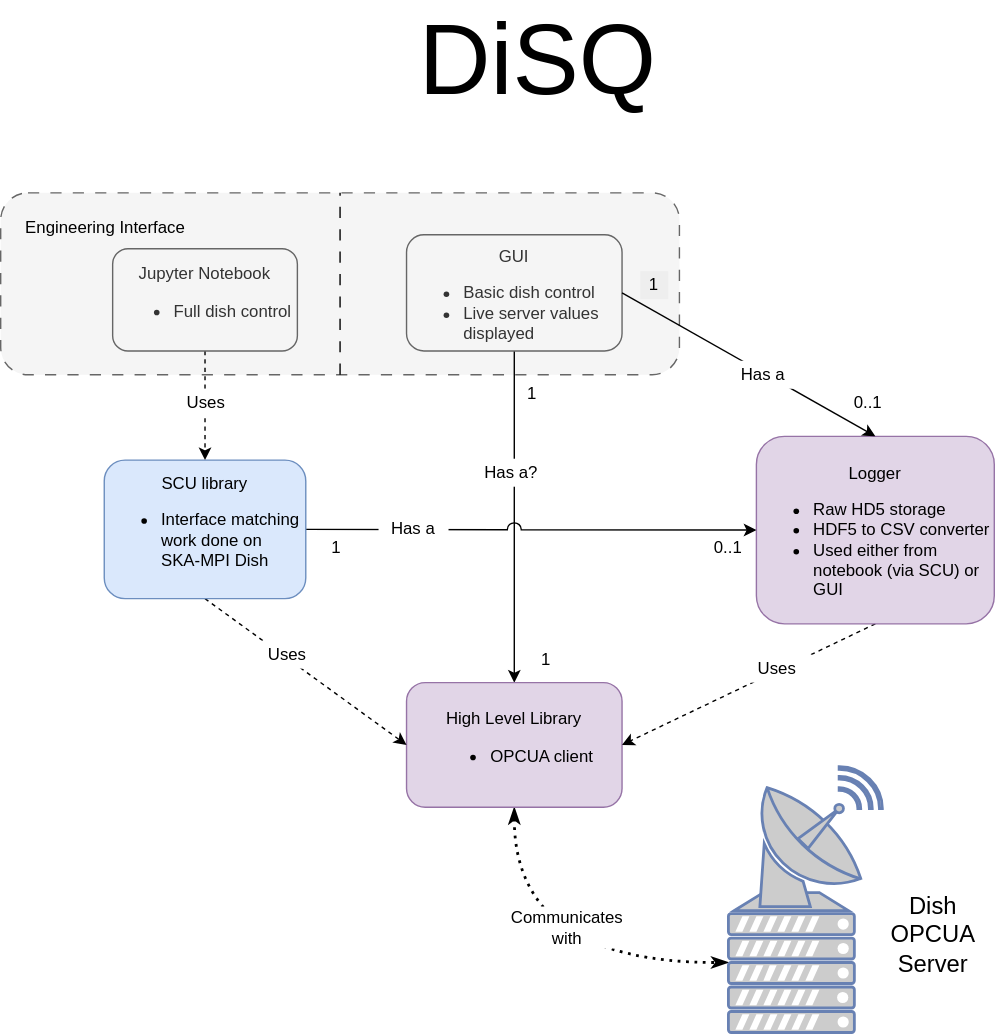
This is docs/src/img/DiSQ_component_view.svg from ska-telescope/ska-mid-dish-qualification, a draw.io export, as it was before one commit. Source tidied: cells renumbered, new cells last; positions are measured from the earlier drawing's top-left corner, leaving out a move shared by most shapes.
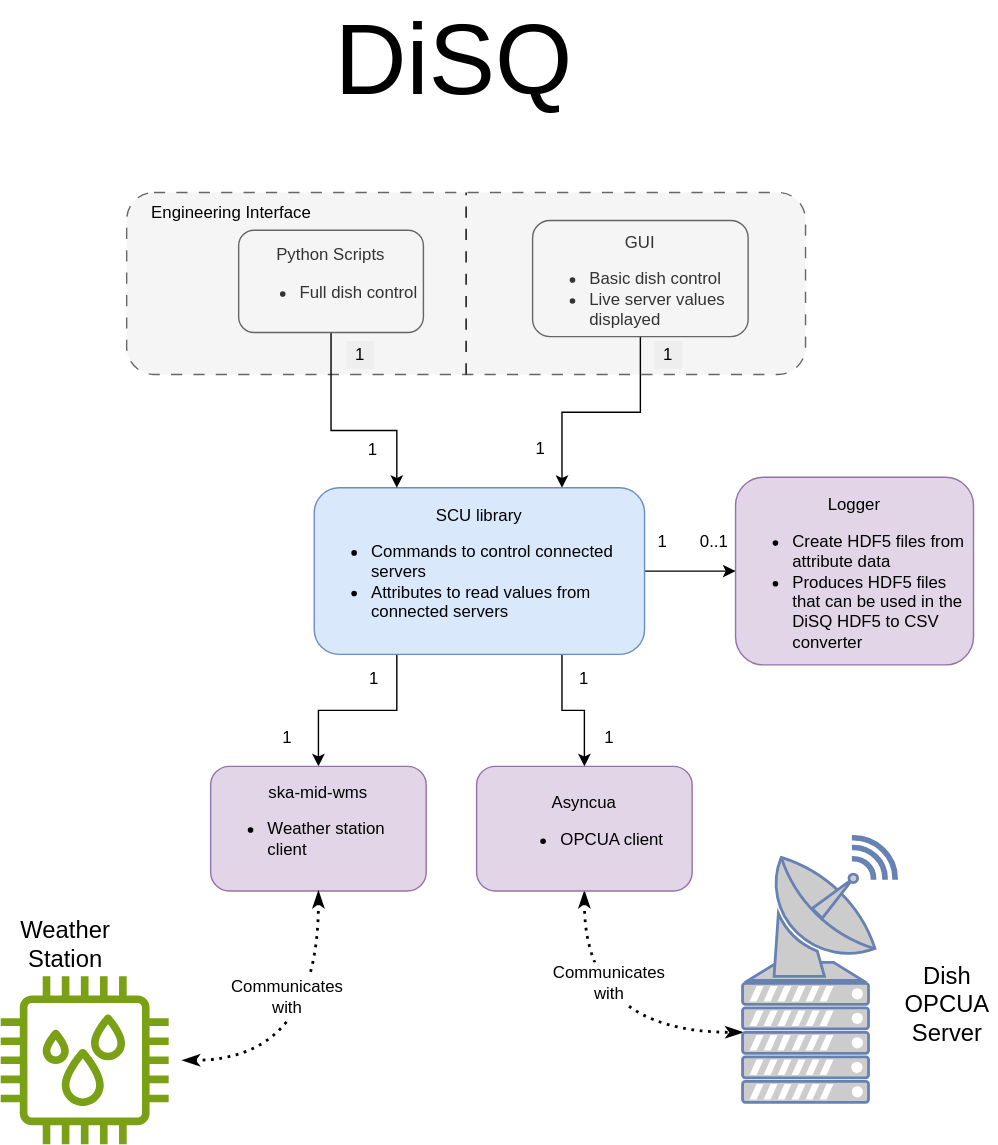
After the commit.

The edit, as a diff of the source:
```diff
@@ -3,13 +3,13 @@
     <mxCell id="0" />
     <mxCell id="1" parent="0" />
     <mxCell id="2" style="rounded=1;whiteSpace=wrap;html=1;fillColor=#f5f5f5;dashed=1;dashPattern=8 8;strokeColor=#666666;fontColor=#333333;" parent="1" vertex="1">
-      <mxGeometry y="130" width="485" height="130" as="geometry" />
+      <mxGeometry x="150" y="130" width="485" height="130" as="geometry" />
     </mxCell>
-    <mxCell id="3" style="edgeStyle=orthogonalEdgeStyle;rounded=0;jettySize=auto;html=1;exitX=0.5;exitY=1;exitDx=0;exitDy=0;entryX=0.5;entryY=0;entryDx=0;entryDy=0;endArrow=classic;endFill=1;" parent="1" edge="1" source="4" target="7">
-      <mxGeometry relative="1" as="geometry" />
-    </mxCell>
+    <mxCell id="34" style="edgeStyle=orthogonalEdgeStyle;rounded=0;jettySize=auto;html=1;exitX=0.5;exitY=1;exitDx=0;exitDy=0;entryX=0.75;entryY=0;entryDx=0;entryDy=0;" parent="1" edge="1" source="4" target="12">
+      <mxGeometry relative="1" as="geometry" />
+    </mxCell>
     <mxCell id="4" value="&lt;br&gt;GUI&lt;br&gt;&lt;ul&gt;&lt;li style=&quot;text-align: left;&quot;&gt;Basic dish control&lt;/li&gt;&lt;li style=&quot;text-align: left;&quot;&gt;Live server values displayed&lt;/li&gt;&lt;/ul&gt;" style="rounded=1;whiteSpace=wrap;html=1;fillColor=#f5f5f5;fontColor=#333333;strokeColor=#666666;" parent="1" vertex="1">
-      <mxGeometry x="290" y="160" width="154" height="83" as="geometry" />
+      <mxGeometry x="440" y="150" width="154" height="83" as="geometry" />
     </mxCell>
     <mxCell id="5" value="DiSQ" style="text;html=1;strokeColor=none;fillColor=none;align=center;verticalAlign=middle;whiteSpace=wrap;rounded=0;fontSize=71;" parent="1" vertex="1">
       <mxGeometry x="299" width="170" height="70" as="geometry" />
@@ -17,86 +17,102 @@
     <mxCell id="6" style="edgeStyle=orthogonalEdgeStyle;rounded=0;jettySize=auto;html=1;exitX=0.5;exitY=1;exitDx=0;exitDy=0;entryX=0;entryY=0.5;entryDx=0;entryDy=0;entryPerimeter=0;curved=1;dashed=1;dashPattern=1 2;strokeWidth=2;startArrow=classicThin;startFill=1;endArrow=classicThin;endFill=1;" parent="1" edge="1" source="7" target="22">
       <mxGeometry relative="1" as="geometry" />
     </mxCell>
-    <mxCell id="7" value="High Level Library&lt;br&gt;&lt;ul&gt;&lt;li style=&quot;text-align: left;&quot;&gt;OPCUA client&lt;/li&gt;&lt;/ul&gt;" style="rounded=1;whiteSpace=wrap;html=1;fillColor=#e1d5e7;strokeColor=#9673a6;align=center;" parent="1" vertex="1">
-      <mxGeometry x="290" y="480" width="154" height="89" as="geometry" />
+    <mxCell id="7" value="Asyncua&lt;br&gt;&lt;ul&gt;&lt;li style=&quot;text-align: left;&quot;&gt;OPCUA client&lt;/li&gt;&lt;/ul&gt;" style="rounded=1;whiteSpace=wrap;html=1;fillColor=#e1d5e7;strokeColor=#9673a6;align=center;" parent="1" vertex="1">
+      <mxGeometry x="400" y="540" width="154" height="89" as="geometry" />
     </mxCell>
-    <mxCell id="8" style="rounded=0;jettySize=auto;html=1;exitX=0.5;exitY=1;exitDx=0;exitDy=0;entryX=1;entryY=0.5;entryDx=0;entryDy=0;dashed=1;" parent="1" edge="1" source="9" target="7">
-      <mxGeometry relative="1" as="geometry" />
-    </mxCell>
-    <mxCell id="9" value="&lt;br&gt;Logger&lt;br&gt;&lt;ul&gt;&lt;li style=&quot;text-align: left;&quot;&gt;Raw HD5 storage&lt;/li&gt;&lt;li style=&quot;text-align: left;&quot;&gt;HDF5 to CSV converter&lt;/li&gt;&lt;li style=&quot;text-align: left;&quot;&gt;Used either from notebook (via SCU) or GUI&lt;/li&gt;&lt;/ul&gt;&lt;div style=&quot;text-align: left;&quot;&gt;&lt;/div&gt;" style="rounded=1;whiteSpace=wrap;html=1;fillColor=#e1d5e7;strokeColor=#9673a6;" parent="1" vertex="1">
-      <mxGeometry x="540" y="304" width="170" height="134" as="geometry" />
+    <mxCell id="9" value="&lt;br&gt;Logger&lt;br&gt;&lt;ul&gt;&lt;li style=&quot;text-align: left;&quot;&gt;Create HDF5 files from attribute data&lt;/li&gt;&lt;li style=&quot;text-align: left;&quot;&gt;Produces HDF5 files that can be used in the DiSQ HDF5 to CSV converter&lt;/li&gt;&lt;/ul&gt;&lt;div style=&quot;text-align: left;&quot;&gt;&lt;/div&gt;" style="rounded=1;whiteSpace=wrap;html=1;fillColor=#e1d5e7;strokeColor=#9673a6;" parent="1" vertex="1">
+      <mxGeometry x="585" y="333.5" width="170" height="134" as="geometry" />
     </mxCell>
     <mxCell id="10" style="edgeStyle=orthogonalEdgeStyle;rounded=0;jettySize=auto;html=1;exitX=1;exitY=0.5;exitDx=0;exitDy=0;entryX=0;entryY=0.5;entryDx=0;entryDy=0;jumpStyle=arc;endArrow=classic;endFill=1;jumpSize=10;" parent="1" edge="1" source="12" target="9">
       <mxGeometry relative="1" as="geometry" />
     </mxCell>
-    <mxCell id="11" style="rounded=0;jettySize=auto;html=1;exitX=0.5;exitY=1;exitDx=0;exitDy=0;entryX=0;entryY=0.5;entryDx=0;entryDy=0;dashed=1;" parent="1" edge="1" source="12" target="7">
+    <mxCell id="11" style="edgeStyle=orthogonalEdgeStyle;rounded=0;jettySize=auto;html=1;exitX=0.75;exitY=1;exitDx=0;exitDy=0;entryX=0.5;entryY=0;entryDx=0;entryDy=0;" parent="1" edge="1" source="12" target="7">
       <mxGeometry relative="1" as="geometry" />
     </mxCell>
+    <mxCell id="35" style="edgeStyle=orthogonalEdgeStyle;rounded=0;jettySize=auto;html=1;exitX=0.25;exitY=1;exitDx=0;exitDy=0;entryX=0.5;entryY=0;entryDx=0;entryDy=0;" parent="1" edge="1" source="12" target="40">
+      <mxGeometry relative="1" as="geometry" />
+    </mxCell>
-    <mxCell id="12" value="SCU library&lt;br&gt;&lt;ul&gt;&lt;li style=&quot;text-align: left;&quot;&gt;Interface matching work done on SKA-MPI Dish&lt;/li&gt;&lt;/ul&gt;" style="rounded=1;whiteSpace=wrap;html=1;fillColor=#dae8fc;strokeColor=#6c8ebf;" parent="1" vertex="1">
-      <mxGeometry x="74" y="321" width="144" height="99" as="geometry" />
+    <mxCell id="12" value="SCU library&lt;br&gt;&lt;ul&gt;&lt;li style=&quot;text-align: left;&quot;&gt;Commands to control connected servers&lt;/li&gt;&lt;li style=&quot;text-align: left;&quot;&gt;Attributes to read values from connected servers&lt;/li&gt;&lt;/ul&gt;" style="rounded=1;whiteSpace=wrap;html=1;fillColor=#dae8fc;strokeColor=#6c8ebf;" parent="1" vertex="1">
+      <mxGeometry x="284" y="341" width="236" height="119" as="geometry" />
     </mxCell>
-    <mxCell id="13" style="edgeStyle=orthogonalEdgeStyle;rounded=0;jettySize=auto;html=1;exitX=0.5;exitY=1;exitDx=0;exitDy=0;entryX=0.5;entryY=0;entryDx=0;entryDy=0;dashed=1;" parent="1" edge="1" source="14" target="12">
-      <mxGeometry relative="1" as="geometry" />
+    <mxCell id="13" style="edgeStyle=orthogonalEdgeStyle;rounded=0;jettySize=auto;html=1;exitX=0.5;exitY=1;exitDx=0;exitDy=0;entryX=0.25;entryY=0;entryDx=0;entryDy=0;" parent="1" edge="1" source="14" target="12">
+      <mxGeometry relative="1" as="geometry">
+        <Array as="points">
+          <mxPoint x="296" y="300" />
+          <mxPoint x="343" y="300" />
+        </Array>
+      </mxGeometry>
     </mxCell>
-    <mxCell id="14" value="Jupyter Notebook&lt;br&gt;&lt;ul&gt;&lt;li style=&quot;text-align: left;&quot;&gt;Full dish control&lt;/li&gt;&lt;/ul&gt;" style="rounded=1;whiteSpace=wrap;html=1;fillColor=#f5f5f5;fontColor=#333333;strokeColor=#666666;" parent="1" vertex="1">
-      <mxGeometry x="80" y="170" width="132" height="73" as="geometry" />
+    <mxCell id="14" value="Python Scripts&lt;br&gt;&lt;ul&gt;&lt;li style=&quot;text-align: left;&quot;&gt;Full dish control&lt;/li&gt;&lt;/ul&gt;" style="rounded=1;whiteSpace=wrap;html=1;fillColor=#f5f5f5;fontColor=#333333;strokeColor=#666666;" parent="1" vertex="1">
+      <mxGeometry x="230" y="157" width="132" height="73" as="geometry" />
     </mxCell>
-    <mxCell id="15" style="endArrow=none;html=1;rounded=0;entryX=1;entryY=0.5;entryDx=0;entryDy=0;exitX=0.5;exitY=0;exitDx=0;exitDy=0;endFill=0;startArrow=classic;startFill=1;" parent="1" edge="1" source="9" target="4">
-      <mxGeometry relative="1" as="geometry" />
-    </mxCell>
     <mxCell id="16" value="Engineering Interface" style="text;html=1;strokeColor=none;fillColor=none;align=center;verticalAlign=middle;whiteSpace=wrap;rounded=0;" parent="1" vertex="1">
-      <mxGeometry x="10" y="140" width="130" height="30" as="geometry" />
+      <mxGeometry x="160" y="130" width="130" height="30" as="geometry" />
     </mxCell>
-    <mxCell id="17" value="Has a" style="text;html=1;strokeColor=none;fillColor=default;align=center;verticalAlign=middle;whiteSpace=wrap;rounded=0;" parent="1" vertex="1">
-      <mxGeometry x="520" y="250" width="50" height="20" as="geometry" />
-    </mxCell>
-    <mxCell id="18" value="Has a?" style="text;html=1;strokeColor=none;fillColor=default;align=center;verticalAlign=middle;whiteSpace=wrap;rounded=0;" parent="1" vertex="1">
-      <mxGeometry x="340" y="320" width="50" height="20" as="geometry" />
-    </mxCell>
-    <mxCell id="19" value="Uses" style="text;html=1;strokeColor=none;fillColor=default;align=center;verticalAlign=middle;whiteSpace=wrap;rounded=0;" parent="1" vertex="1">
-      <mxGeometry x="530" y="460" width="50" height="20" as="geometry" />
-    </mxCell>
-    <mxCell id="20" value="Uses" style="text;html=1;strokeColor=none;fillColor=default;align=center;verticalAlign=middle;whiteSpace=wrap;rounded=0;" parent="1" vertex="1">
-      <mxGeometry x="180" y="450" width="50" height="20" as="geometry" />
-    </mxCell>
-    <mxCell id="21" value="Uses" style="text;html=1;strokeColor=none;fillColor=default;align=center;verticalAlign=middle;whiteSpace=wrap;rounded=0;" parent="1" vertex="1">
-      <mxGeometry x="122" y="270" width="50" height="20" as="geometry" />
-    </mxCell>
     <mxCell id="22" style="fontColor=#0066CC;verticalAlign=top;verticalLabelPosition=bottom;labelPosition=center;align=center;html=1;outlineConnect=0;fillColor=#CCCCCC;strokeColor=#6881B3;gradientColor=none;gradientDirection=north;strokeWidth=2;shape=mxgraph.networks.server;" parent="1" vertex="1">
-      <mxGeometry x="520" y="630" width="90" height="100" as="geometry" />
+      <mxGeometry x="590" y="680" width="90" height="100" as="geometry" />
     </mxCell>
     <mxCell id="23" style="endArrow=none;dashed=1;html=1;rounded=0;dashPattern=8 8;entryX=0.5;entryY=0;entryDx=0;entryDy=0;exitX=0.5;exitY=1;exitDx=0;exitDy=0;" parent="1" edge="1" source="2" target="2">
       <mxGeometry relative="1" as="geometry" />
     </mxCell>
     <mxCell id="24" value="Dish OPCUA Server" style="text;html=1;strokeColor=none;fillColor=none;align=center;verticalAlign=middle;whiteSpace=wrap;rounded=0;fontSize=17;" parent="1" vertex="1">
-      <mxGeometry x="630" y="620" width="72.5" height="81" as="geometry" />
+      <mxGeometry x="700" y="670" width="72.5" height="81" as="geometry" />
     </mxCell>
     <mxCell id="25" style="fontColor=#0066CC;verticalAlign=top;verticalLabelPosition=bottom;labelPosition=center;align=center;html=1;fillColor=#CCCCCC;strokeColor=#6881B3;gradientColor=none;gradientDirection=north;strokeWidth=2;shape=mxgraph.networks.satellite_dish;" parent="1" vertex="1">
-      <mxGeometry x="540" y="540" width="90" height="100" as="geometry" />
+      <mxGeometry x="610" y="590" width="90" height="100" as="geometry" />
     </mxCell>
-    <mxCell id="26" value="Has a" style="text;html=1;strokeColor=none;fillColor=default;align=center;verticalAlign=middle;whiteSpace=wrap;rounded=0;" parent="1" vertex="1">
-      <mxGeometry x="270" y="360" width="50" height="20" as="geometry" />
-    </mxCell>
     <mxCell id="27" value="Communicates with" style="text;html=1;strokeColor=none;fillColor=default;align=center;verticalAlign=middle;whiteSpace=wrap;rounded=0;" parent="1" vertex="1">
-      <mxGeometry x="370" y="640" width="70" height="30" as="geometry" />
+      <mxGeometry x="460" y="680" width="70" height="30" as="geometry" />
     </mxCell>
     <mxCell id="28" value="1" style="text;html=1;strokeColor=none;fillColor=default;align=center;verticalAlign=middle;whiteSpace=wrap;rounded=0;" parent="1" vertex="1">
-      <mxGeometry x="230" y="374" width="20" height="20" as="geometry" />
+      <mxGeometry x="523" y="370" width="20" height="20" as="geometry" />
     </mxCell>
     <mxCell id="29" value="1" style="text;html=1;strokeColor=none;fillColor=default;align=center;verticalAlign=middle;whiteSpace=wrap;rounded=0;" parent="1" vertex="1">
-      <mxGeometry x="370" y="264" width="20" height="20" as="geometry" />
+      <mxGeometry x="436" y="303" width="20" height="20" as="geometry" />
     </mxCell>
     <mxCell id="30" value="1" style="text;html=1;strokeColor=none;fillColor=#eeeeee;align=center;verticalAlign=middle;whiteSpace=wrap;rounded=0;" parent="1" vertex="1">
-      <mxGeometry x="457" y="186" width="20" height="20" as="geometry" />
+      <mxGeometry x="527" y="236" width="20" height="20" as="geometry" />
     </mxCell>
-    <mxCell id="31" value="1" style="text;html=1;strokeColor=none;fillColor=default;align=center;verticalAlign=middle;whiteSpace=wrap;rounded=0;" parent="1" vertex="1">
-      <mxGeometry x="380" y="454" width="20" height="20" as="geometry" />
-    </mxCell>
     <mxCell id="32" value="0..1" style="text;html=1;strokeColor=none;fillColor=default;align=center;verticalAlign=middle;whiteSpace=wrap;rounded=0;" parent="1" vertex="1">
-      <mxGeometry x="510" y="374" width="20" height="20" as="geometry" />
+      <mxGeometry x="560" y="370" width="20" height="20" as="geometry" />
     </mxCell>
-    <mxCell id="33" value="0..1" style="text;html=1;strokeColor=none;fillColor=default;align=center;verticalAlign=middle;whiteSpace=wrap;rounded=0;" parent="1" vertex="1">
-      <mxGeometry x="610" y="270" width="20" height="20" as="geometry" />
-    </mxCell>
+    <mxCell id="36" value="1" style="text;html=1;strokeColor=none;fillColor=#eeeeee;align=center;verticalAlign=middle;whiteSpace=wrap;rounded=0;" parent="1" vertex="1">
+      <mxGeometry x="307" y="236" width="20" height="20" as="geometry" />
+    </mxCell>
+    <mxCell id="37" value="1" style="text;html=1;strokeColor=none;fillColor=default;align=center;verticalAlign=middle;whiteSpace=wrap;rounded=0;direction=south;" parent="1" vertex="1">
+      <mxGeometry x="316" y="304" width="20" height="20" as="geometry" />
+    </mxCell>
+    <mxCell id="38" value="1" style="text;html=1;strokeColor=none;fillColor=default;align=center;verticalAlign=middle;whiteSpace=wrap;rounded=0;" parent="1" vertex="1">
+      <mxGeometry x="467" y="467.5" width="20" height="20" as="geometry" />
+    </mxCell>
+    <mxCell id="39" value="1" style="text;html=1;strokeColor=none;fillColor=default;align=center;verticalAlign=middle;whiteSpace=wrap;rounded=0;" parent="1" vertex="1">
+      <mxGeometry x="485" y="510" width="20" height="20" as="geometry" />
+    </mxCell>
+    <mxCell id="40" value="ska-mid-wms&lt;br&gt;&lt;ul&gt;&lt;li style=&quot;text-align: left;&quot;&gt;Weather station client&lt;/li&gt;&lt;/ul&gt;" style="rounded=1;whiteSpace=wrap;html=1;fillColor=#e1d5e7;strokeColor=#9673a6;align=center;" parent="1" vertex="1">
+      <mxGeometry x="210" y="540" width="154" height="89" as="geometry" />
+    </mxCell>
+    <mxCell id="41" value="1" style="text;html=1;strokeColor=none;fillColor=default;align=center;verticalAlign=middle;whiteSpace=wrap;rounded=0;" parent="1" vertex="1">
+      <mxGeometry x="317" y="467.5" width="20" height="20" as="geometry" />
+    </mxCell>
+    <mxCell id="42" value="1" style="text;html=1;strokeColor=none;fillColor=default;align=center;verticalAlign=middle;whiteSpace=wrap;rounded=0;" parent="1" vertex="1">
+      <mxGeometry x="255" y="510" width="20" height="20" as="geometry" />
+    </mxCell>
+    <mxCell id="43" style="sketch=0;fontColor=#232F3E;gradientColor=none;fillColor=#7AA116;strokeColor=none;dashed=0;verticalLabelPosition=bottom;verticalAlign=top;align=center;html=1;fontSize=12;fontStyle=0;shape=mxgraph.aws4.iot_thing_humidity_sensor;" parent="1" vertex="1">
+      <mxGeometry x="60" y="690" width="120" height="120" as="geometry" />
+    </mxCell>
+    <mxCell id="44" style="edgeStyle=orthogonalEdgeStyle;rounded=0;jettySize=auto;html=1;exitX=0.5;exitY=1;exitDx=0;exitDy=0;curved=1;dashed=1;dashPattern=1 2;strokeWidth=2;startArrow=classicThin;startFill=1;endArrow=classicThin;endFill=1;" parent="1" edge="1" source="40">
+      <mxGeometry relative="1" as="geometry">
+        <mxPoint x="190" y="750" as="targetPoint" />
+        <Array as="points">
+          <mxPoint x="287" y="750" />
+        </Array>
+      </mxGeometry>
+    </mxCell>
+    <mxCell id="45" value="Communicates with" style="text;html=1;strokeColor=none;fillColor=default;align=center;verticalAlign=middle;whiteSpace=wrap;rounded=0;" parent="1" vertex="1">
+      <mxGeometry x="230" y="690" width="70" height="30" as="geometry" />
+    </mxCell>
+    <mxCell id="46" value="Weather Station" style="text;html=1;strokeColor=none;fillColor=none;align=center;verticalAlign=middle;whiteSpace=wrap;rounded=0;fontSize=17;" parent="1" vertex="1">
+      <mxGeometry x="70" y="627" width="72.5" height="81" as="geometry" />
+    </mxCell>
   </root>
 </mxGraphModel>
```
